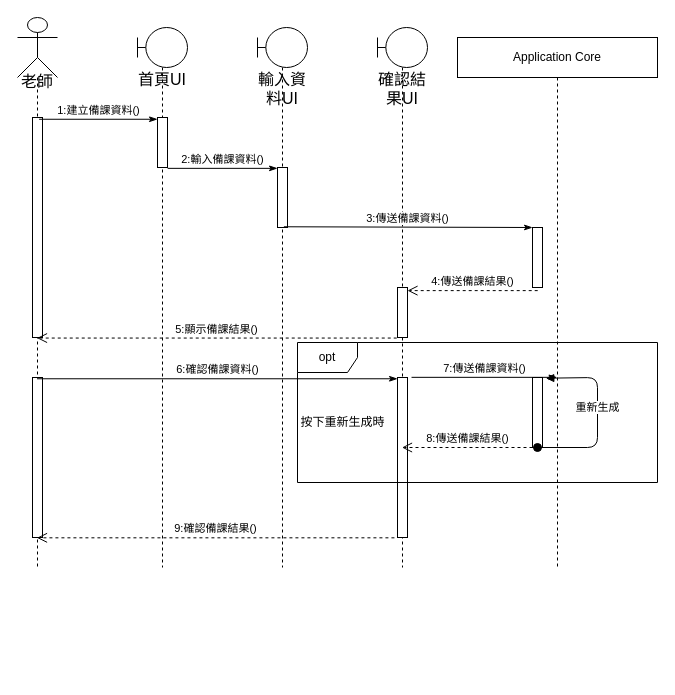
Before: UI循序圖(蒐集備課資料).drawio in Kevincheng0804/System-analysis, a draw.io diagram. Source tidied: cells renumbered, new cells numbered last; positions are measured from the earlier drawing's top-left corner, leaving out a move shared by most shapes. Both pictures are drawn from the tidied source at 100%, with x=0, y=0 at pixel (17, 17).
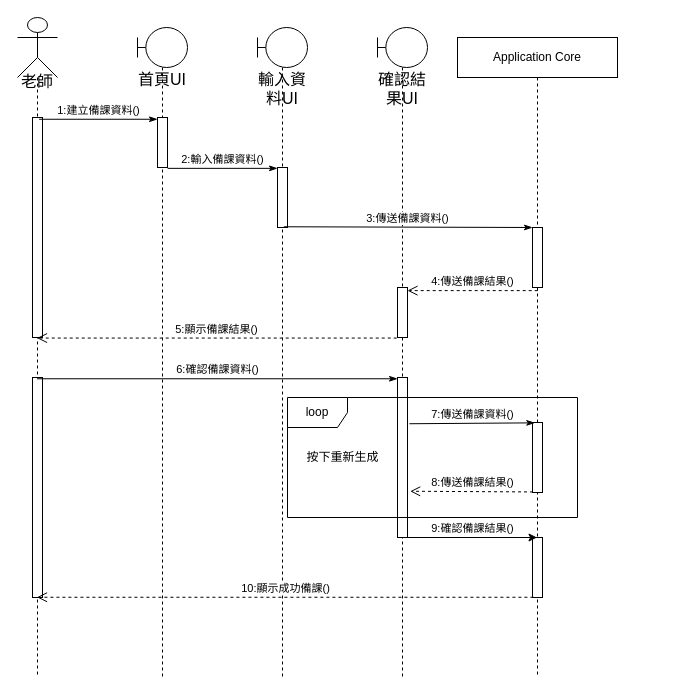
After the change.

Unchanged cells that the change refers to:
```xml
<mxCell id="11" style="html=1;points=[];perimeter=orthogonalPerimeter;" parent="9" vertex="1">
  <mxGeometry x="20" y="350" width="10" height="160" as="geometry" />
</mxCell>
```

The edit, as a diff of the source:
```diff
@@
     <mxCell id="2" value="&lt;p&gt;&lt;font style=&quot;font-size: 16px;&quot;&gt;老師&lt;/font&gt;&lt;/p&gt;" style="shape=umlLifeline;participant=umlActor;perimeter=lifelinePerimeter;whiteSpace=wrap;html=1;verticalAlign=top;spacingTop=36;outlineConnect=0;size=60;align=center;" parent="1" vertex="1">
-      <mxGeometry width="40" height="550" as="geometry" />
+      <mxGeometry width="40" height="660" as="geometry" />
     </mxCell>
@@
     <mxCell id="4" style="html=1;perimeter=orthogonalPerimeter;" parent="2" vertex="1">
-      <mxGeometry x="15" y="360" width="10" height="160" as="geometry" />
+      <mxGeometry x="15" y="360" width="10" height="220" as="geometry" />
     </mxCell>
     <mxCell id="5" value="首頁UI" style="shape=umlLifeline;participant=umlBoundary;perimeter=lifelinePerimeter;whiteSpace=wrap;html=1;verticalAlign=top;spacingTop=36;fontSize=16;" parent="1" vertex="1">
-      <mxGeometry x="120" y="10" width="50" height="540" as="geometry" />
+      <mxGeometry x="120" y="10" width="50" height="650" as="geometry" />
     </mxCell>
@@
     <mxCell id="7" value="輸入資料UI" style="shape=umlLifeline;participant=umlBoundary;perimeter=lifelinePerimeter;whiteSpace=wrap;html=1;verticalAlign=top;spacingTop=36;fontSize=16;" parent="1" vertex="1">
-      <mxGeometry x="240" y="10" width="50" height="540" as="geometry" />
+      <mxGeometry x="240" y="10" width="50" height="650" as="geometry" />
     </mxCell>
@@
     <mxCell id="9" value="確認結果UI" style="shape=umlLifeline;participant=umlBoundary;perimeter=lifelinePerimeter;whiteSpace=wrap;html=1;verticalAlign=top;spacingTop=36;outlineConnect=0;fontSize=16;" parent="1" vertex="1">
-      <mxGeometry x="360" y="10" width="50" height="540" as="geometry" />
+      <mxGeometry x="360" y="10" width="50" height="650" as="geometry" />
     </mxCell>
@@
     <mxCell id="12" value="Application Core" style="shape=umlLifeline;perimeter=lifelinePerimeter;whiteSpace=wrap;html=1;outlineConnect=0;" parent="1" vertex="1">
-      <mxGeometry x="440" y="20" width="200" height="530" as="geometry" />
+      <mxGeometry x="440" y="20" width="160" height="640" as="geometry" />
     </mxCell>
@@
     <mxCell id="14" style="html=1;points=[];perimeter=orthogonalPerimeter;" parent="12" vertex="1">
-      <mxGeometry x="75" y="340" width="10" height="70" as="geometry" />
+      <mxGeometry x="75" y="385" width="10" height="70" as="geometry" />
     </mxCell>
-    <mxCell id="15" value="8:傳送備課結果()" style="html=1;verticalAlign=bottom;endArrow=open;dashed=1;endSize=8;" parent="12" edge="1" target="9">
-      <mxGeometry relative="1" as="geometry">
-        <mxPoint x="75" y="410" as="sourcePoint" />
-      </mxGeometry>
-    </mxCell>
-    <mxCell id="16" value="重新生成" style="html=1;verticalAlign=bottom;startArrow=oval;startFill=1;endArrow=block;startSize=8;entryX=1.33;entryY=0.01;entryDx=0;entryDy=0;entryPerimeter=0;" parent="12" edge="1" target="14">
-      <mxGeometry relative="1" as="geometry">
-        <mxPoint x="80" y="410" as="sourcePoint" />
-        <Array as="points">
-          <mxPoint x="140" y="410" />
-          <mxPoint x="140" y="340" />
-        </Array>
-      </mxGeometry>
-    </mxCell>
-    <mxCell id="17" value="opt" style="shape=umlFrame;whiteSpace=wrap;html=1;" parent="12" vertex="1">
-      <mxGeometry x="-160" y="305" width="360" height="140" as="geometry" />
+    <mxCell id="17" value="loop" style="shape=umlFrame;whiteSpace=wrap;html=1;" parent="12" vertex="1">
+      <mxGeometry x="-170" y="360" width="290" height="120" as="geometry" />
     </mxCell>
+    <mxCell id="27" style="html=1;points=[];perimeter=orthogonalPerimeter;" parent="12" vertex="1">
+      <mxGeometry x="75" y="500" width="10" height="60" as="geometry" />
+    </mxCell>
@@
+    <mxCell id="25" value="7:傳送備課資料()" style="html=1;verticalAlign=bottom;endArrow=classicThin;endFill=1;exitX=1.188;exitY=0.289;exitDx=0;exitDy=0;exitPerimeter=0;entryX=0.231;entryY=0.005;entryDx=0;entryDy=0;entryPerimeter=0;" parent="1" edge="1" source="11" target="14">
+      <mxGeometry relative="1" as="geometry" />
+    </mxCell>
+    <mxCell id="15" value="8:傳送備課結果()" style="html=1;verticalAlign=bottom;endArrow=open;dashed=1;endSize=8;exitX=0.052;exitY=0.992;exitDx=0;exitDy=0;exitPerimeter=0;entryX=1.269;entryY=0.711;entryDx=0;entryDy=0;entryPerimeter=0;" parent="1" edge="1" source="14" target="11">
+      <mxGeometry relative="1" as="geometry" />
+    </mxCell>
+    <mxCell id="28" value="按下重新生成" style="text;html=1;align=center;verticalAlign=middle;strokeColor=none;fillColor=none;" parent="1" vertex="1">
+      <mxGeometry x="275" y="425" width="100" height="30" as="geometry" />
+    </mxCell>
-    <mxCell id="24" value="9:確認備課結果()" style="html=1;verticalAlign=bottom;endArrow=open;dashed=1;endSize=8;exitX=-0.307;exitY=1.002;exitDx=0;exitDy=0;exitPerimeter=0;" parent="1" edge="1" source="11" target="2">
-      <mxGeometry relative="1" as="geometry" />
+    <mxCell id="24" value="9:確認備課結果()" style="html=1;verticalAlign=bottom;endArrow=classic;endFill=1;" parent="1" edge="1" target="12">
+      <mxGeometry relative="1" as="geometry">
+        <mxPoint x="390" y="520" as="sourcePoint" />
+      </mxGeometry>
     </mxCell>
-    <mxCell id="25" value="7:傳送備課資料()" style="html=1;verticalAlign=bottom;endArrow=classicThin;endFill=1;exitX=1.402;exitY=-0.001;exitDx=0;exitDy=0;exitPerimeter=0;" parent="1" edge="1" source="11" target="12">
-      <mxGeometry relative="1" as="geometry" />
-    </mxCell>
-    <mxCell id="26" value="按下重新生成時" style="text;html=1;align=center;verticalAlign=middle;strokeColor=none;fillColor=none;" parent="1" vertex="1">
-      <mxGeometry x="270" y="390" width="110" height="30" as="geometry" />
-    </mxCell>
+    <mxCell id="29" value="10:顯示成功備課()" style="html=1;verticalAlign=bottom;endArrow=open;dashed=1;endSize=8;exitX=0.092;exitY=0.996;exitDx=0;exitDy=0;exitPerimeter=0;" parent="1" edge="1" source="27" target="2">
+      <mxGeometry relative="1" as="geometry" />
+    </mxCell>
```
